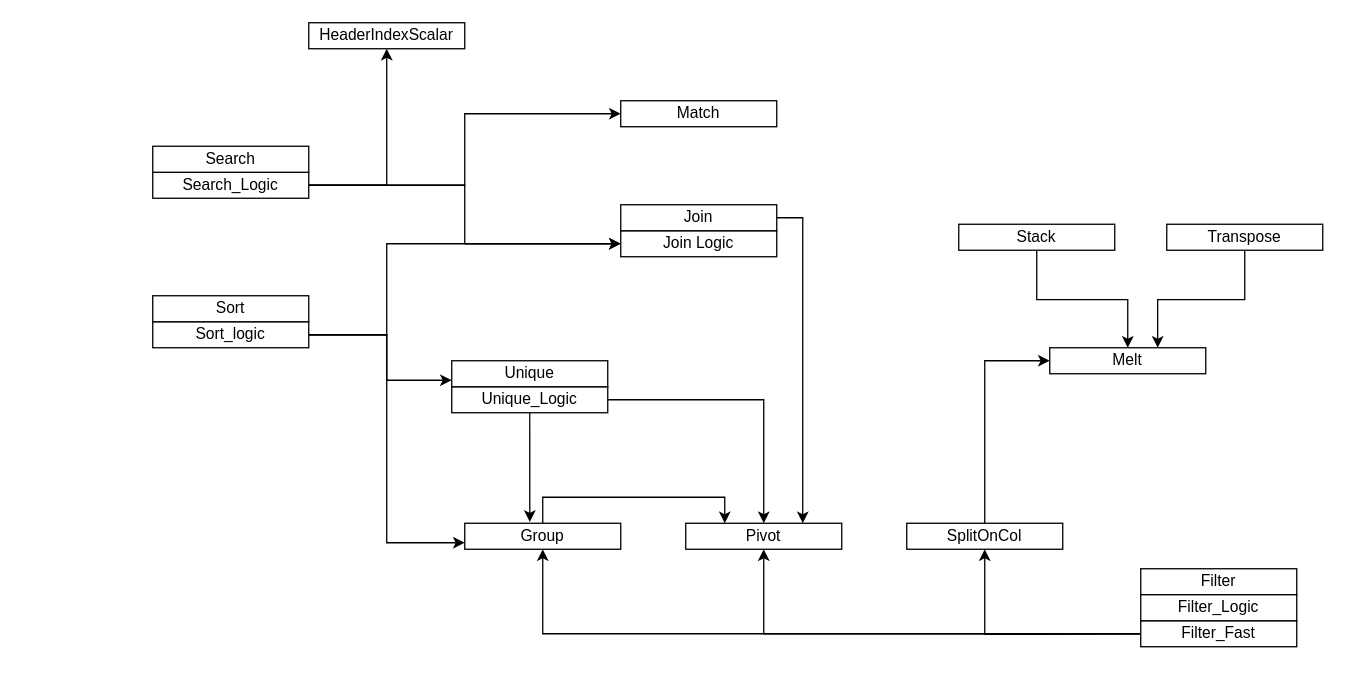
The draw.io diagram Helix.drawio in cwalenciak/AXL, before the edit. Source tidied: cells renumbered, new cells numbered last; positions are measured from the earlier drawing's top-left corner, leaving out a move shared by most shapes. Both pictures are drawn from the tidied source at 130%, with x=0, y=0 at pixel (152, 22).
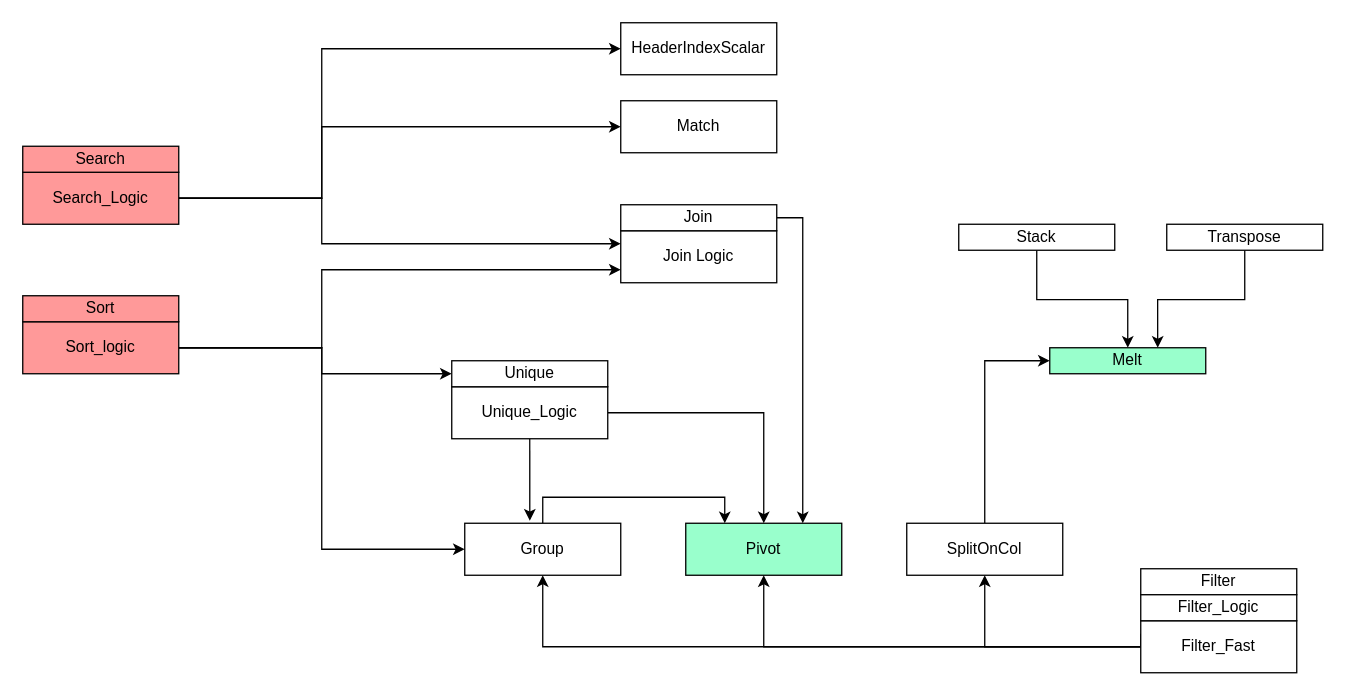
After the change.

The change refers to these unchanged cells:
```xml
<mxCell id="36" value="Unique" style="rounded=0;whiteSpace=wrap;html=1;" parent="1" vertex="1">
  <mxGeometry x="230" y="260" width="120" height="20" as="geometry" />
</mxCell>
```

Diff of the diagram source:
```diff
@@
     <mxCell id="2" value="Join Logic" style="rounded=0;whiteSpace=wrap;html=1;" parent="1" vertex="1">
-      <mxGeometry x="360" y="160" width="120" height="20" as="geometry" />
+      <mxGeometry x="360" y="160" width="120" height="40" as="geometry" />
     </mxCell>
@@
-    <mxCell id="5" value="Pivot" style="rounded=0;whiteSpace=wrap;html=1;" parent="1" vertex="1">
-      <mxGeometry x="410" y="385" width="120" height="20" as="geometry" />
+    <mxCell id="5" value="Pivot" style="rounded=0;whiteSpace=wrap;html=1;fillColor=#99FFCC;" parent="1" vertex="1">
+      <mxGeometry x="410" y="385" width="120" height="40" as="geometry" />
     </mxCell>
@@
     <mxCell id="7" style="edgeStyle=orthogonalEdgeStyle;rounded=0;jettySize=auto;html=1;entryX=0.5;entryY=1;entryDx=0;entryDy=0;" parent="1" edge="1" target="11">
       <mxGeometry relative="1" as="geometry">
         <mxPoint x="760" y="470" as="sourcePoint" />
+        <Array as="points">
+          <mxPoint x="760" y="480" />
+          <mxPoint x="640" y="480" />
+        </Array>
       </mxGeometry>
     </mxCell>
-    <mxCell id="8" style="edgeStyle=orthogonalEdgeStyle;rounded=0;jettySize=auto;html=1;exitX=0;exitY=0.5;exitDx=0;exitDy=0;" parent="1" edge="1" source="9" target="13">
+    <mxCell id="8" style="edgeStyle=orthogonalEdgeStyle;rounded=0;jettySize=auto;html=1;exitX=0;exitY=0.5;exitDx=0;exitDy=0;entryX=0.5;entryY=1;entryDx=0;entryDy=0;" parent="1" edge="1" source="9" target="13">
       <mxGeometry relative="1" as="geometry" />
     </mxCell>
     <mxCell id="9" value="Filter_Fast" style="rounded=0;whiteSpace=wrap;html=1;" parent="1" vertex="1">
-      <mxGeometry x="760" y="460" width="120" height="20" as="geometry" />
+      <mxGeometry x="760" y="460" width="120" height="40" as="geometry" />
     </mxCell>
@@
     <mxCell id="11" value="SplitOnCol" style="rounded=0;whiteSpace=wrap;html=1;" parent="1" vertex="1">
-      <mxGeometry x="580" y="385" width="120" height="20" as="geometry" />
+      <mxGeometry x="580" y="385" width="120" height="40" as="geometry" />
     </mxCell>
@@
     <mxCell id="13" value="Group" style="rounded=0;whiteSpace=wrap;html=1;" parent="1" vertex="1">
-      <mxGeometry x="240" y="385" width="120" height="20" as="geometry" />
+      <mxGeometry x="240" y="385" width="120" height="40" as="geometry" />
     </mxCell>
@@
     <mxCell id="18" value="Unique_Logic" style="rounded=0;whiteSpace=wrap;html=1;" parent="1" vertex="1">
-      <mxGeometry x="230" y="280" width="120" height="20" as="geometry" />
+      <mxGeometry x="230" y="280" width="120" height="40" as="geometry" />
     </mxCell>
-    <mxCell id="19" value="Melt" style="rounded=0;whiteSpace=wrap;html=1;" parent="1" vertex="1">
+    <mxCell id="19" value="Melt" style="rounded=0;whiteSpace=wrap;html=1;fillColor=#99FFCC;" parent="1" vertex="1">
       <mxGeometry x="690" y="250" width="120" height="20" as="geometry" />
     </mxCell>
@@
-    <mxCell id="24" style="edgeStyle=orthogonalEdgeStyle;rounded=0;jettySize=auto;html=1;exitX=1;exitY=0.5;exitDx=0;exitDy=0;entryX=0;entryY=0.5;entryDx=0;entryDy=0;" parent="1" edge="1" source="27" target="2">
-      <mxGeometry relative="1" as="geometry" />
+    <mxCell id="24" style="edgeStyle=orthogonalEdgeStyle;rounded=0;jettySize=auto;html=1;exitX=1;exitY=0.5;exitDx=0;exitDy=0;entryX=0;entryY=0.25;entryDx=0;entryDy=0;" parent="1" edge="1" source="27" target="2">
+      <mxGeometry relative="1" as="geometry">
+        <Array as="points">
+          <mxPoint x="130" y="135" />
+          <mxPoint x="130" y="170" />
+        </Array>
+      </mxGeometry>
     </mxCell>
     <mxCell id="25" style="edgeStyle=orthogonalEdgeStyle;rounded=0;jettySize=auto;html=1;exitX=1;exitY=0.5;exitDx=0;exitDy=0;entryX=0;entryY=0.5;entryDx=0;entryDy=0;" parent="1" edge="1" source="27" target="28">
-      <mxGeometry relative="1" as="geometry" />
+      <mxGeometry relative="1" as="geometry">
+        <Array as="points">
+          <mxPoint x="130" y="135" />
+          <mxPoint x="130" y="80" />
+        </Array>
+      </mxGeometry>
     </mxCell>
-    <mxCell id="26" style="edgeStyle=orthogonalEdgeStyle;rounded=0;jettySize=auto;html=1;exitX=1;exitY=0.5;exitDx=0;exitDy=0;entryX=0.5;entryY=1;entryDx=0;entryDy=0;" parent="1" edge="1" source="27" target="35">
-      <mxGeometry relative="1" as="geometry" />
+    <mxCell id="26" style="edgeStyle=orthogonalEdgeStyle;rounded=0;jettySize=auto;html=1;exitX=1;exitY=0.5;exitDx=0;exitDy=0;entryX=0;entryY=0.5;entryDx=0;entryDy=0;" parent="1" edge="1" source="27" target="35">
+      <mxGeometry relative="1" as="geometry">
+        <Array as="points">
+          <mxPoint x="130" y="135" />
+          <mxPoint x="130" y="20" />
+        </Array>
+      </mxGeometry>
     </mxCell>
-    <mxCell id="27" value="Search_Logic" style="rounded=0;whiteSpace=wrap;html=1;" parent="1" vertex="1">
-      <mxGeometry y="115" width="120" height="20" as="geometry" />
+    <mxCell id="27" value="Search_Logic" style="rounded=0;whiteSpace=wrap;html=1;fillColor=#FF9999;" parent="1" vertex="1">
+      <mxGeometry x="-100" y="115" width="120" height="40" as="geometry" />
     </mxCell>
     <mxCell id="28" value="Match" style="rounded=0;whiteSpace=wrap;html=1;" parent="1" vertex="1">
-      <mxGeometry x="360" y="60" width="120" height="20" as="geometry" />
+      <mxGeometry x="360" y="60" width="120" height="40" as="geometry" />
     </mxCell>
-    <mxCell id="29" style="edgeStyle=orthogonalEdgeStyle;rounded=0;jettySize=auto;html=1;exitX=1;exitY=0.5;exitDx=0;exitDy=0;entryX=0;entryY=0.75;entryDx=0;entryDy=0;" parent="1" edge="1" source="32" target="13">
+    <mxCell id="29" style="edgeStyle=orthogonalEdgeStyle;rounded=0;jettySize=auto;html=1;exitX=1;exitY=0.5;exitDx=0;exitDy=0;entryX=0;entryY=0.5;entryDx=0;entryDy=0;" parent="1" edge="1" source="32" target="13">
       <mxGeometry relative="1" as="geometry" />
     </mxCell>
-    <mxCell id="30" style="edgeStyle=orthogonalEdgeStyle;rounded=0;jettySize=auto;html=1;exitX=1;exitY=0.5;exitDx=0;exitDy=0;" parent="1" edge="1" source="32">
-      <mxGeometry relative="1" as="geometry">
-        <mxPoint x="360" y="170" as="targetPoint" />
-        <Array as="points">
-          <mxPoint x="180" y="240" />
-          <mxPoint x="180" y="170" />
-        </Array>
-      </mxGeometry>
-    </mxCell>
+    <mxCell id="37" style="edgeStyle=orthogonalEdgeStyle;rounded=0;jettySize=auto;html=1;exitX=1;exitY=0.5;exitDx=0;exitDy=0;entryX=0;entryY=0.75;entryDx=0;entryDy=0;" parent="1" edge="1" source="32" target="2">
+      <mxGeometry relative="1" as="geometry">
+        <Array as="points">
+          <mxPoint x="130" y="250" />
+          <mxPoint x="130" y="190" />
+        </Array>
+      </mxGeometry>
+    </mxCell>
-    <mxCell id="31" style="edgeStyle=orthogonalEdgeStyle;rounded=0;jettySize=auto;html=1;exitX=1;exitY=0.5;exitDx=0;exitDy=0;entryX=0;entryY=0.75;entryDx=0;entryDy=0;" parent="1" edge="1" source="32" target="36">
+    <mxCell id="31" style="edgeStyle=orthogonalEdgeStyle;rounded=0;jettySize=auto;html=1;exitX=1;exitY=0.5;exitDx=0;exitDy=0;entryX=0;entryY=0.5;entryDx=0;entryDy=0;" parent="1" edge="1" source="32" target="36">
       <mxGeometry relative="1" as="geometry">
         <Array as="points">
-          <mxPoint x="180" y="240" />
-          <mxPoint x="180" y="275" />
+          <mxPoint x="130" y="250" />
+          <mxPoint x="130" y="270" />
         </Array>
       </mxGeometry>
     </mxCell>
-    <mxCell id="32" value="Sort_logic" style="rounded=0;whiteSpace=wrap;html=1;" parent="1" vertex="1">
-      <mxGeometry y="230" width="120" height="20" as="geometry" />
+    <mxCell id="32" value="Sort_logic" style="rounded=0;whiteSpace=wrap;html=1;fillColor=#FF9999;" parent="1" vertex="1">
+      <mxGeometry x="-100" y="230" width="120" height="40" as="geometry" />
     </mxCell>
-    <mxCell id="33" value="Sort" style="rounded=0;whiteSpace=wrap;html=1;" parent="1" vertex="1">
-      <mxGeometry y="210" width="120" height="20" as="geometry" />
+    <mxCell id="33" value="Sort" style="rounded=0;whiteSpace=wrap;html=1;fillColor=#FF9999;" parent="1" vertex="1">
+      <mxGeometry x="-100" y="210" width="120" height="20" as="geometry" />
     </mxCell>
-    <mxCell id="34" value="Search" style="rounded=0;whiteSpace=wrap;html=1;" parent="1" vertex="1">
-      <mxGeometry y="95" width="120" height="20" as="geometry" />
+    <mxCell id="34" value="Search" style="rounded=0;whiteSpace=wrap;html=1;fillColor=#FF9999;" parent="1" vertex="1">
+      <mxGeometry x="-100" y="95" width="120" height="20" as="geometry" />
     </mxCell>
     <mxCell id="35" value="HeaderIndexScalar" style="rounded=0;whiteSpace=wrap;html=1;" parent="1" vertex="1">
-      <mxGeometry x="120" width="120" height="20" as="geometry" />
+      <mxGeometry x="360" width="120" height="40" as="geometry" />
     </mxCell>
```
